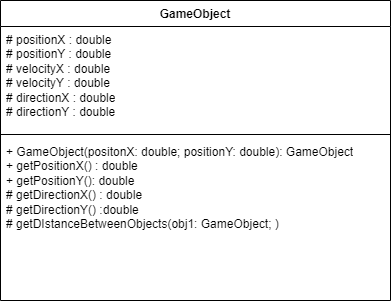
Above: Zombie_Out_Break.drawio.png in EMO-Gee/Zombie-Outbreak (draw.io), before the change. Source tidied: cells renumbered, new cells last; positions are measured from the earlier drawing's top-left corner, leaving out a move shared by most shapes.
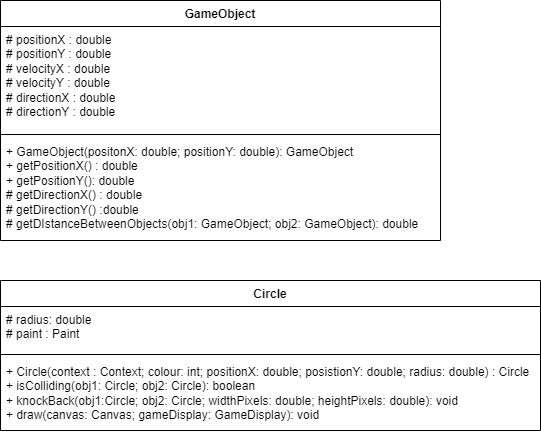
The same diagram one commit later.

Diff of the diagram source:
```diff
@@ -3,16 +3,28 @@
     <mxCell id="0" />
     <mxCell id="1" parent="0" />
     <mxCell id="2" value="GameObject" style="swimlane;fontStyle=1;align=center;verticalAlign=top;horizontal=1;startSize=26;whiteSpace=wrap;html=1;" parent="1" vertex="1">
-      <mxGeometry width="390" height="300" as="geometry" />
+      <mxGeometry width="440" height="240" as="geometry" />
     </mxCell>
     <mxCell id="3" value="# positionX : double&lt;div&gt;&lt;div&gt;# positionY : double&lt;/div&gt;&lt;/div&gt;&lt;div&gt;# velocityX : double&lt;/div&gt;&lt;div&gt;# velocityY : double&lt;/div&gt;&lt;div&gt;# directionX : double&lt;/div&gt;&lt;div&gt;# directionY : double&lt;/div&gt;" style="text;strokeColor=none;fillColor=none;align=left;verticalAlign=top;spacingLeft=4;spacingRight=4;overflow=hidden;whiteSpace=wrap;html=1;" parent="2" vertex="1">
-      <mxGeometry y="26" width="390" height="104" as="geometry" />
+      <mxGeometry y="26" width="440" height="104" as="geometry" />
     </mxCell>
     <mxCell id="4" style="line;strokeWidth=1;fillColor=none;align=left;verticalAlign=middle;spacingTop=-1;spacingLeft=3;spacingRight=3;labelPosition=right;strokeColor=inherit;" parent="2" vertex="1">
-      <mxGeometry y="130" width="390" height="8" as="geometry" />
+      <mxGeometry y="130" width="440" height="8" as="geometry" />
     </mxCell>
-    <mxCell id="5" value="+ GameObject(positonX: double; positionY: double): GameObject&lt;div&gt;+ getPositionX() : double&lt;/div&gt;&lt;div&gt;+ getPositionY(): double&lt;/div&gt;&lt;div&gt;# getDirectionX() : double&lt;/div&gt;&lt;div&gt;# getDirectionY() :double&lt;/div&gt;&lt;div&gt;# getDIstanceBetweenObjects(obj1: GameObject; )&lt;/div&gt;" style="text;strokeColor=none;fillColor=none;align=left;verticalAlign=top;spacingLeft=4;spacingRight=4;overflow=hidden;whiteSpace=wrap;html=1;" parent="2" vertex="1">
-      <mxGeometry y="138" width="390" height="162" as="geometry" />
+    <mxCell id="5" value="+ GameObject(positonX: double; positionY: double): GameObject&lt;div&gt;+ getPositionX() : double&lt;/div&gt;&lt;div&gt;+ getPositionY(): double&lt;/div&gt;&lt;div&gt;# getDirectionX() : double&lt;/div&gt;&lt;div&gt;# getDirectionY() :double&lt;/div&gt;&lt;div&gt;# getDIstanceBetweenObjects(obj1: GameObject; obj2: GameObject): double&lt;/div&gt;" style="text;strokeColor=none;fillColor=none;align=left;verticalAlign=top;spacingLeft=4;spacingRight=4;overflow=hidden;whiteSpace=wrap;html=1;" parent="2" vertex="1">
+      <mxGeometry y="138" width="440" height="102" as="geometry" />
     </mxCell>
+    <mxCell id="6" value="Circle" style="swimlane;fontStyle=1;align=center;verticalAlign=top;horizontal=1;startSize=26;whiteSpace=wrap;html=1;" parent="1" vertex="1">
+      <mxGeometry y="280" width="540" height="150" as="geometry" />
+    </mxCell>
+    <mxCell id="7" value="# radius: double&lt;div&gt;# paint : Paint&lt;/div&gt;" style="text;strokeColor=none;fillColor=none;align=left;verticalAlign=top;spacingLeft=4;spacingRight=4;overflow=hidden;whiteSpace=wrap;html=1;" parent="6" vertex="1">
+      <mxGeometry y="26" width="540" height="44" as="geometry" />
+    </mxCell>
+    <mxCell id="8" style="line;strokeWidth=1;fillColor=none;align=left;verticalAlign=middle;spacingTop=-1;spacingLeft=3;spacingRight=3;labelPosition=right;strokeColor=inherit;" parent="6" vertex="1">
+      <mxGeometry y="70" width="540" height="8" as="geometry" />
+    </mxCell>
+    <mxCell id="9" value="+ Circle(context : Context; colour: int; positionX: double; posistionY: double; radius: double) : Circle&lt;div&gt;+ isColliding(obj1: Circle; obj2: Circle): boolean&lt;/div&gt;&lt;div&gt;+ knockBack(obj1:Circle; obj2: Circle; widthPixels: double; heightPixels: double): void&lt;/div&gt;&lt;div&gt;+ draw(canvas: Canvas; gameDisplay: GameDisplay): void&lt;/div&gt;" style="text;strokeColor=none;fillColor=none;align=left;verticalAlign=top;spacingLeft=4;spacingRight=4;overflow=hidden;whiteSpace=wrap;html=1;" parent="6" vertex="1">
+      <mxGeometry y="78" width="540" height="72" as="geometry" />
+    </mxCell>
   </root>
 </mxGraphModel>
```
